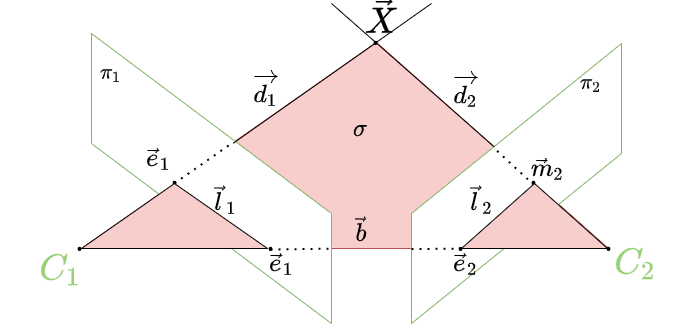
The draw.io diagram graphics/epipolar.png in Myralllka/bachelor_thesis, before a commit. Source tidied: cells renumbered, new cells last; positions are measured from the earlier drawing's top-left corner, leaving out a move shared by most shapes.
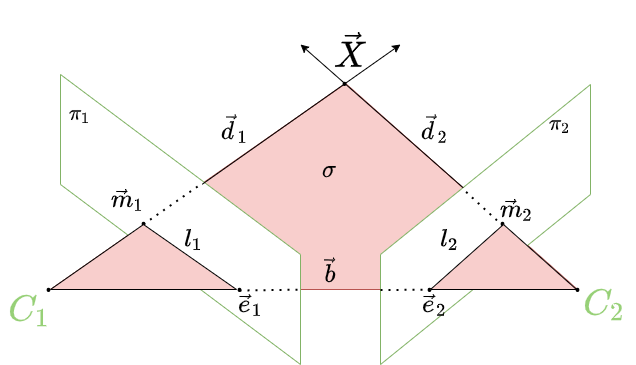
The same file after the commit.

Commit message:
fixed epipolar geometry figure issues

The edit, as a diff of the source:
```diff
@@ -60,12 +60,12 @@
         <mxPoint x="200" y="140" as="targetPoint" />
       </mxGeometry>
     </mxCell>
-    <mxCell id="18" style="endArrow=none;html=1;rounded=0;fontSize=30;exitX=0.288;exitY=0.489;exitDx=0;exitDy=0;exitPerimeter=0;" parent="1" edge="1" source="2">
+    <mxCell id="18" style="endArrow=classic;html=1;rounded=0;fontSize=30;exitX=0.288;exitY=0.489;exitDx=0;exitDy=0;exitPerimeter=0;endFill=1;" parent="1" edge="1" source="2">
       <mxGeometry relative="1" as="geometry">
         <mxPoint x="400" as="targetPoint" />
       </mxGeometry>
     </mxCell>
-    <mxCell id="19" style="endArrow=none;html=1;rounded=0;fontSize=30;entryX=0.783;entryY=0.506;entryDx=0;entryDy=0;entryPerimeter=0;" parent="1" edge="1" target="2">
+    <mxCell id="19" style="endArrow=none;html=1;rounded=0;fontSize=30;entryX=0.783;entryY=0.506;entryDx=0;entryDy=0;entryPerimeter=0;startArrow=classic;startFill=1;" parent="1" edge="1" target="2">
       <mxGeometry relative="1" as="geometry">
         <mxPoint x="300" as="sourcePoint" />
       </mxGeometry>
@@ -77,24 +77,24 @@
       <mxGeometry x="575" y="245" width="60" height="30" as="geometry" />
     </mxCell>
     <mxCell id="22" value="&lt;font color=&quot;#000000&quot;&gt;$$\vec{X}$$&lt;/font&gt;" style="text;html=1;strokeColor=none;fillColor=none;align=center;verticalAlign=middle;whiteSpace=wrap;rounded=0;fontSize=30;fontColor=#97D077;" parent="1" vertex="1">
-      <mxGeometry x="320" width="60" height="30" as="geometry" />
+      <mxGeometry x="320" y="-7" width="60" height="30" as="geometry" />
     </mxCell>
-    <mxCell id="23" value="&lt;font color=&quot;#000000&quot;&gt;&lt;span style=&quot;font-size: 20px&quot;&gt;&lt;i&gt;$$\vec{d_1}$$&lt;/i&gt;&lt;/span&gt;&lt;/font&gt;" style="text;html=1;strokeColor=none;fillColor=none;align=center;verticalAlign=middle;whiteSpace=wrap;rounded=0;fontSize=30;fontColor=#97D077;" parent="1" vertex="1">
+    <mxCell id="23" value="&lt;font color=&quot;#000000&quot;&gt;&lt;span style=&quot;font-size: 20px&quot;&gt;&lt;i&gt;$$\vec{d}_1$$&lt;/i&gt;&lt;/span&gt;&lt;/font&gt;" style="text;html=1;strokeColor=none;fillColor=none;align=center;verticalAlign=middle;whiteSpace=wrap;rounded=0;fontSize=30;fontColor=#97D077;" parent="1" vertex="1">
       <mxGeometry x="205" y="69" width="60" height="30" as="geometry" />
     </mxCell>
-    <mxCell id="24" value="&lt;font color=&quot;#000000&quot;&gt;&lt;span style=&quot;font-size: 20px&quot;&gt;&lt;i&gt;$$\vec{d_2}$$&lt;/i&gt;&lt;/span&gt;&lt;/font&gt;" style="text;html=1;strokeColor=none;fillColor=none;align=center;verticalAlign=middle;whiteSpace=wrap;rounded=0;fontSize=30;fontColor=#97D077;" parent="1" vertex="1">
+    <mxCell id="24" value="&lt;font color=&quot;#000000&quot;&gt;&lt;span style=&quot;font-size: 20px&quot;&gt;&lt;i&gt;$$\vec{d}_2$$&lt;/i&gt;&lt;/span&gt;&lt;/font&gt;" style="text;html=1;strokeColor=none;fillColor=none;align=center;verticalAlign=middle;whiteSpace=wrap;rounded=0;fontSize=30;fontColor=#97D077;" parent="1" vertex="1">
       <mxGeometry x="405" y="69" width="60" height="31" as="geometry" />
     </mxCell>
     <mxCell id="25" value="&lt;font color=&quot;#000000&quot;&gt;&lt;span style=&quot;font-size: 20px&quot;&gt;&lt;i&gt;$$\vec{b}$$&lt;/i&gt;&lt;/span&gt;&lt;/font&gt;" style="text;html=1;strokeColor=none;fillColor=none;align=center;verticalAlign=middle;whiteSpace=wrap;rounded=0;fontSize=30;fontColor=#97D077;" parent="1" vertex="1">
       <mxGeometry x="300" y="211" width="60" height="31" as="geometry" />
     </mxCell>
-    <mxCell id="26" value="&lt;font color=&quot;#000000&quot;&gt;&lt;span style=&quot;font-size: 20px&quot;&gt;$$\vec{l}_1$$&lt;/span&gt;&lt;/font&gt;" style="text;html=1;strokeColor=none;fillColor=none;align=center;verticalAlign=middle;whiteSpace=wrap;rounded=0;fontSize=30;fontColor=#97D077;" parent="1" vertex="1">
+    <mxCell id="26" value="&lt;font color=&quot;#000000&quot;&gt;&lt;span style=&quot;font-size: 20px&quot;&gt;$$l_1$$&lt;/span&gt;&lt;/font&gt;" style="text;html=1;strokeColor=none;fillColor=none;align=center;verticalAlign=middle;whiteSpace=wrap;rounded=0;fontSize=30;fontColor=#97D077;" parent="1" vertex="1">
       <mxGeometry x="164" y="180" width="60" height="31" as="geometry" />
     </mxCell>
-    <mxCell id="27" value="&lt;font color=&quot;#000000&quot;&gt;&lt;span style=&quot;font-size: 20px&quot;&gt;$$\vec{l}_2$$&lt;/span&gt;&lt;/font&gt;" style="text;html=1;strokeColor=none;fillColor=none;align=center;verticalAlign=middle;whiteSpace=wrap;rounded=0;fontSize=30;fontColor=#97D077;" parent="1" vertex="1">
+    <mxCell id="27" value="&lt;font color=&quot;#000000&quot;&gt;&lt;span style=&quot;font-size: 20px&quot;&gt;$$l_2$$&lt;/span&gt;&lt;/font&gt;" style="text;html=1;strokeColor=none;fillColor=none;align=center;verticalAlign=middle;whiteSpace=wrap;rounded=0;fontSize=30;fontColor=#97D077;" parent="1" vertex="1">
       <mxGeometry x="420" y="180" width="60" height="31" as="geometry" />
     </mxCell>
-    <mxCell id="28" value="&lt;font color=&quot;#000000&quot;&gt;&lt;span style=&quot;font-size: 20px&quot;&gt;$$\vec{e}_1$$&lt;/span&gt;&lt;/font&gt;" style="text;html=1;strokeColor=none;fillColor=none;align=center;verticalAlign=middle;whiteSpace=wrap;rounded=0;fontSize=30;fontColor=#97D077;" parent="1" vertex="1">
+    <mxCell id="28" value="&lt;font color=&quot;#000000&quot;&gt;&lt;span style=&quot;font-size: 20px&quot;&gt;$$\vec{m}_1$$&lt;/span&gt;&lt;/font&gt;" style="text;html=1;strokeColor=none;fillColor=none;align=center;verticalAlign=middle;whiteSpace=wrap;rounded=0;fontSize=30;fontColor=#97D077;" parent="1" vertex="1">
       <mxGeometry x="98" y="140" width="60" height="30" as="geometry" />
     </mxCell>
     <mxCell id="29" value="&lt;font color=&quot;#000000&quot;&gt;&lt;span style=&quot;font-size: 20px&quot;&gt;$$\vec{m}_2$$&lt;/span&gt;&lt;/font&gt;" style="text;html=1;strokeColor=none;fillColor=none;align=center;verticalAlign=middle;whiteSpace=wrap;rounded=0;fontSize=30;fontColor=#97D077;" parent="1" vertex="1">
```
